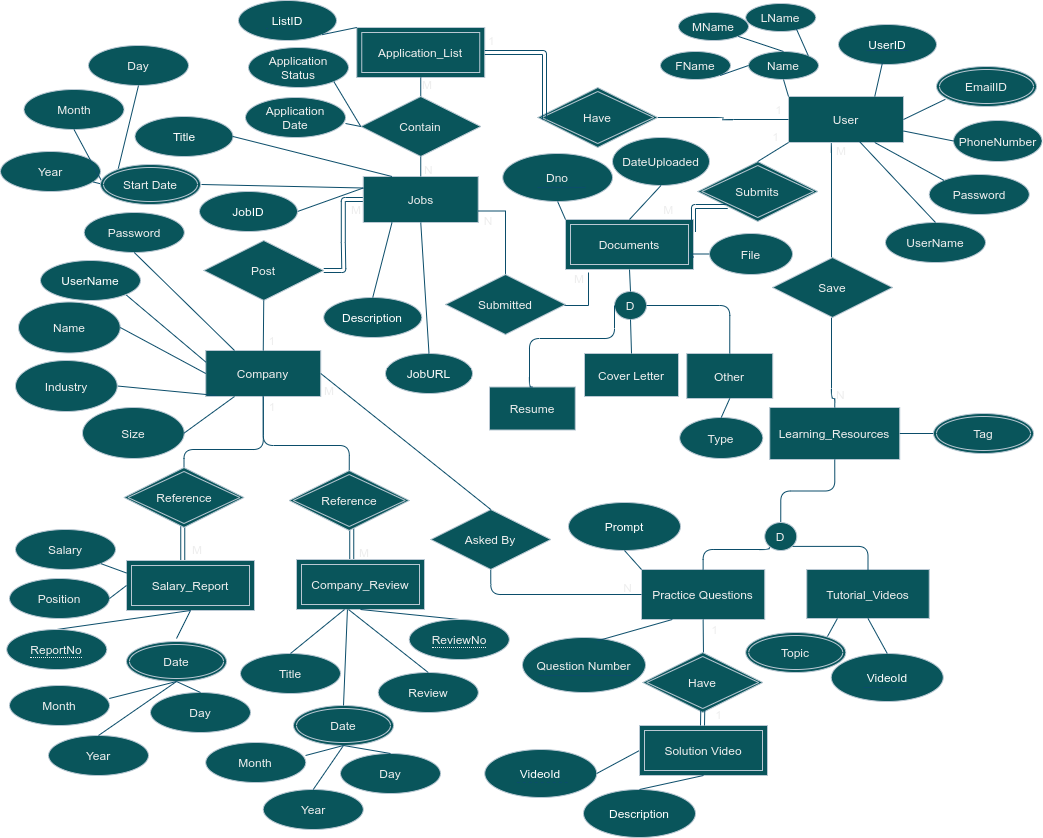
Earlier version of the draw.io export dbDesignDoc.png (num4n1/SWESeek). Source tidied: cells renumbered, new cells last; positions are measured from the earlier drawing's top-left corner, leaving out a move shared by most shapes.
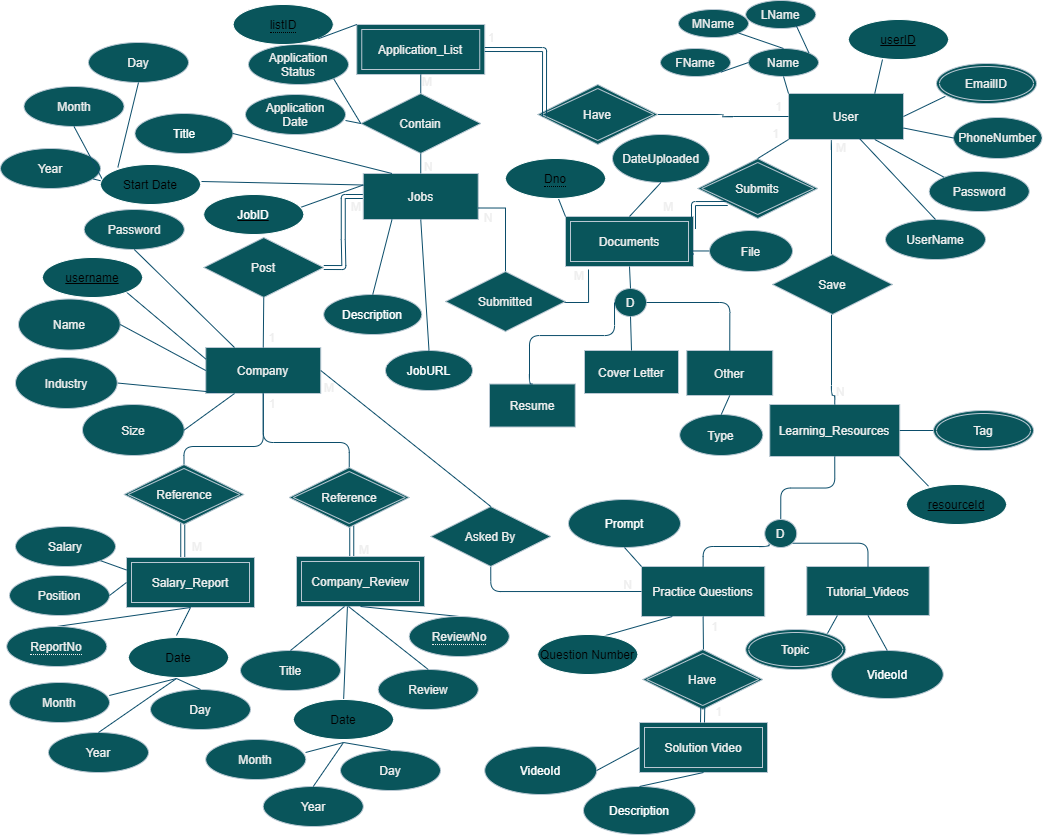
After the change.

Change to the diagram source:
```diff
@@ -132,5 +132,2 @@
     </mxCell>
-    <mxCell id="33" style="endArrow=none;dashed=1;html=1;rounded=0;entryX=0.761;entryY=0.687;entryDx=0;entryDy=0;entryPerimeter=0;strokeColor=#0B4D6A;exitX=0.286;exitY=0.687;exitDx=0;exitDy=0;exitPerimeter=0;" parent="1" edge="1" source="29" target="29">
-      <mxGeometry relative="1" as="geometry" />
-    </mxCell>
     <mxCell id="34" value="&lt;font color=&quot;#ffffff&quot;&gt;Description&lt;/font&gt;" style="ellipse;whiteSpace=wrap;html=1;fillColor=#09555B;strokeColor=#BAC8D3;fontColor=#EEEEEE;" parent="1" vertex="1">
@@ -141,13 +138,6 @@
     </mxCell>
-    <mxCell id="36" value="Question Number" style="ellipse;whiteSpace=wrap;html=1;fontColor=#EEEEEE;strokeColor=#BAC8D3;fillColor=#09555B;" parent="1" vertex="1">
-      <mxGeometry x="522" y="637" width="123" height="55" as="geometry" />
-    </mxCell>
-    <mxCell id="37" style="endArrow=none;html=1;rounded=0;strokeColor=#0B4D6A;" parent="1" edge="1">
-      <mxGeometry relative="1" as="geometry">
-        <mxPoint x="538" y="675" as="sourcePoint" />
-        <mxPoint x="632" y="675" as="targetPoint" />
-      </mxGeometry>
-    </mxCell>
-    <mxCell id="38" style="endArrow=none;html=1;rounded=0;entryX=0.25;entryY=1;entryDx=0;entryDy=0;exitX=0.61;exitY=0.06;exitDx=0;exitDy=0;exitPerimeter=0;strokeColor=#0B4D6A;" parent="1" edge="1" source="36" target="9">
-      <mxGeometry relative="1" as="geometry" />
+    <mxCell id="38" style="endArrow=none;html=1;rounded=0;entryX=0.25;entryY=1;entryDx=0;entryDy=0;exitX=0.61;exitY=0.06;exitDx=0;exitDy=0;exitPerimeter=0;strokeColor=#0B4D6A;" parent="1" edge="1" target="9">
+      <mxGeometry relative="1" as="geometry">
+        <mxPoint x="597" y="640.3" as="sourcePoint" />
+      </mxGeometry>
     </mxCell>
@@ -159,8 +149,2 @@
     </mxCell>
-    <mxCell id="41" style="endArrow=none;html=1;rounded=0;strokeColor=#0B4D6A;" parent="1" edge="1">
-      <mxGeometry relative="1" as="geometry">
-        <mxPoint x="863" y="687" as="sourcePoint" />
-        <mxPoint x="909" y="687" as="targetPoint" />
-      </mxGeometry>
-    </mxCell>
     <mxCell id="42" value="Name" style="ellipse;whiteSpace=wrap;html=1;fontColor=#EEEEEE;strokeColor=#BAC8D3;fillColor=#09555B;" parent="1" vertex="1">
@@ -189,14 +173,2 @@
     </mxCell>
-    <mxCell id="50" value="&lt;font color=&quot;#ffffff&quot;&gt;UserID&lt;/font&gt;" style="ellipse;whiteSpace=wrap;html=1;fillColor=#09555B;strokeColor=#BAC8D3;fontColor=#EEEEEE;" parent="1" vertex="1">
-      <mxGeometry x="838" y="24" width="98" height="40" as="geometry" />
-    </mxCell>
-    <mxCell id="51" style="endArrow=none;html=1;rounded=0;strokeColor=#0B4D6A;" parent="1" edge="1">
-      <mxGeometry relative="1" as="geometry">
-        <mxPoint x="866" y="50" as="sourcePoint" />
-        <mxPoint x="908" y="50" as="targetPoint" />
-        <Array as="points">
-          <mxPoint x="888" y="50" />
-        </Array>
-      </mxGeometry>
-    </mxCell>
     <mxCell id="52" style="endArrow=none;html=1;rounded=0;entryX=0.75;entryY=0;entryDx=0;entryDy=0;strokeColor=#0B4D6A;" parent="1" edge="1" target="5">
@@ -290,7 +262,6 @@
     </mxCell>
-    <mxCell id="73" value="Dno" style="ellipse;whiteSpace=wrap;html=1;fontColor=#EEEEEE;strokeColor=#BAC8D3;fillColor=#09555B;" parent="1" vertex="1">
-      <mxGeometry x="502.2" y="153" width="109.8" height="48" as="geometry" />
-    </mxCell>
-    <mxCell id="74" style="endArrow=none;html=1;rounded=0;entryX=0;entryY=0;entryDx=0;entryDy=0;exitX=0.5;exitY=1;exitDx=0;exitDy=0;strokeColor=#0B4D6A;" parent="1" edge="1" source="73" target="56">
-      <mxGeometry relative="1" as="geometry" />
+    <mxCell id="74" style="endArrow=none;html=1;rounded=0;entryX=0;entryY=0;entryDx=0;entryDy=0;exitX=0.54;exitY=1.007;exitDx=0;exitDy=0;strokeColor=#0B4D6A;exitPerimeter=0;" parent="1" edge="1" target="56">
+      <mxGeometry relative="1" as="geometry">
+        <mxPoint x="558" y="201.3" as="sourcePoint" />
+      </mxGeometry>
     </mxCell>
@@ -307,13 +278,11 @@
     </mxCell>
-    <mxCell id="78" value="&lt;font color=&quot;#ffffff&quot;&gt;ListID&lt;/font&gt;" style="ellipse;whiteSpace=wrap;html=1;fillColor=#09555B;strokeColor=#BAC8D3;fontColor=#EEEEEE;" parent="1" vertex="1">
-      <mxGeometry x="238" width="98" height="40" as="geometry" />
-    </mxCell>
-    <mxCell id="79" style="endArrow=none;html=1;rounded=0;entryX=1;entryY=1;entryDx=0;entryDy=0;exitX=0;exitY=0;exitDx=0;exitDy=0;strokeColor=#0B4D6A;" parent="1" edge="1" source="7" target="78">
-      <mxGeometry relative="1" as="geometry" />
+    <mxCell id="79" style="endArrow=none;html=1;rounded=0;entryX=1;entryY=1;entryDx=0;entryDy=0;exitX=0;exitY=0;exitDx=0;exitDy=0;strokeColor=#0B4D6A;startArrow=none;" parent="1" edge="1" source="180">
+      <mxGeometry relative="1" as="geometry">
+        <mxPoint x="321.6" y="34.1" as="targetPoint" />
+      </mxGeometry>
     </mxCell>
-    <mxCell id="80" style="endArrow=none;dashed=1;html=1;rounded=0;strokeColor=#0B4D6A;entryX=0.286;entryY=0.7;entryDx=0;entryDy=0;entryPerimeter=0;exitX=0.724;exitY=0.7;exitDx=0;exitDy=0;exitPerimeter=0;" parent="1" edge="1" source="78" target="78">
-      <mxGeometry relative="1" as="geometry" />
-    </mxCell>
-    <mxCell id="81" style="endArrow=none;html=1;rounded=0;strokeColor=#0B4D6A;exitX=1;exitY=0.5;exitDx=0;exitDy=0;entryX=0;entryY=0.25;entryDx=0;entryDy=0;" parent="1" edge="1" source="172" target="3">
-      <mxGeometry relative="1" as="geometry" />
+    <mxCell id="81" style="endArrow=none;html=1;rounded=0;strokeColor=#0B4D6A;exitX=1;exitY=0.5;exitDx=0;exitDy=0;entryX=0;entryY=0.25;entryDx=0;entryDy=0;" parent="1" edge="1" target="3">
+      <mxGeometry relative="1" as="geometry">
+        <mxPoint x="297" y="211" as="sourcePoint" />
+      </mxGeometry>
     </mxCell>
@@ -325,4 +294,6 @@
     </mxCell>
-    <mxCell id="84" style="endArrow=none;html=1;rounded=0;exitX=1;exitY=1;exitDx=0;exitDy=0;entryX=0;entryY=0.25;entryDx=0;entryDy=0;strokeColor=#0B4D6A;" parent="1" edge="1" source="147" target="8">
-      <mxGeometry relative="1" as="geometry" />
+    <mxCell id="84" style="endArrow=none;html=1;rounded=0;exitX=1;exitY=1;exitDx=0;exitDy=0;entryX=0;entryY=0.25;entryDx=0;entryDy=0;strokeColor=#0B4D6A;" parent="1" edge="1" target="8">
+      <mxGeometry relative="1" as="geometry">
+        <mxPoint x="125.4" y="294.1" as="sourcePoint" />
+      </mxGeometry>
     </mxCell>
@@ -346,7 +317,2 @@
     </mxCell>
-    <mxCell id="91" style="endArrow=none;html=1;rounded=0;exitX=0.754;exitY=0.708;exitDx=0;exitDy=0;exitPerimeter=0;strokeColor=#0B4D6A;" parent="1" edge="1" source="73">
-      <mxGeometry relative="1" as="geometry">
-        <mxPoint x="537" y="187" as="targetPoint" />
-      </mxGeometry>
-    </mxCell>
     <mxCell id="92" value="&lt;font color=&quot;#ffffff&quot;&gt;&lt;span style=&quot;line-height: 1.1&quot;&gt;Description&lt;/span&gt;&lt;/font&gt;" style="ellipse;whiteSpace=wrap;html=1;fillColor=#09555B;strokeColor=#BAC8D3;fontColor=#EEEEEE;" parent="1" vertex="1">
@@ -449,7 +415,6 @@
     </mxCell>
-    <mxCell id="122" value="Date" style="ellipse;shape=doubleEllipse;margin=3;whiteSpace=wrap;html=1;align=center;fillColor=#09555B;strokeColor=#BAC8D3;fontColor=#EEEEEE;" parent="1" vertex="1">
-      <mxGeometry x="293" y="705" width="100" height="40" as="geometry" />
-    </mxCell>
-    <mxCell id="123" style="endArrow=none;html=1;rounded=0;exitX=0.398;exitY=1;exitDx=0;exitDy=0;entryX=0.5;entryY=0;entryDx=0;entryDy=0;strokeColor=#0B4D6A;exitPerimeter=0;" parent="1" edge="1" source="88" target="122">
-      <mxGeometry relative="1" as="geometry" />
+    <mxCell id="123" style="endArrow=none;html=1;rounded=0;exitX=0.398;exitY=1;exitDx=0;exitDy=0;entryX=0.5;entryY=0;entryDx=0;entryDy=0;strokeColor=#0B4D6A;exitPerimeter=0;" parent="1" edge="1" source="88">
+      <mxGeometry relative="1" as="geometry">
+        <mxPoint x="343" y="705" as="targetPoint" />
+      </mxGeometry>
     </mxCell>
@@ -464,10 +429,16 @@
     </mxCell>
-    <mxCell id="127" style="endArrow=none;html=1;rounded=0;exitX=0.5;exitY=1;exitDx=0;exitDy=0;entryX=0.5;entryY=0;entryDx=0;entryDy=0;strokeColor=#0B4D6A;" parent="1" edge="1" source="122" target="126">
-      <mxGeometry relative="1" as="geometry" />
+    <mxCell id="127" style="endArrow=none;html=1;rounded=0;exitX=0.5;exitY=1;exitDx=0;exitDy=0;entryX=0.5;entryY=0;entryDx=0;entryDy=0;strokeColor=#0B4D6A;" parent="1" edge="1" target="126">
+      <mxGeometry relative="1" as="geometry">
+        <mxPoint x="343" y="745" as="sourcePoint" />
+      </mxGeometry>
     </mxCell>
-    <mxCell id="128" style="endArrow=none;html=1;rounded=0;exitX=0.5;exitY=1;exitDx=0;exitDy=0;entryX=0.5;entryY=0;entryDx=0;entryDy=0;strokeColor=#0B4D6A;" parent="1" edge="1" source="122" target="125">
-      <mxGeometry relative="1" as="geometry" />
+    <mxCell id="128" style="endArrow=none;html=1;rounded=0;exitX=0.5;exitY=1;exitDx=0;exitDy=0;entryX=0.5;entryY=0;entryDx=0;entryDy=0;strokeColor=#0B4D6A;" parent="1" edge="1" target="125">
+      <mxGeometry relative="1" as="geometry">
+        <mxPoint x="343" y="745" as="sourcePoint" />
+      </mxGeometry>
     </mxCell>
-    <mxCell id="129" style="endArrow=none;html=1;rounded=0;exitX=0.5;exitY=1;exitDx=0;exitDy=0;entryX=0.998;entryY=0.325;entryDx=0;entryDy=0;strokeColor=#0B4D6A;entryPerimeter=0;" parent="1" edge="1" source="122" target="124">
-      <mxGeometry relative="1" as="geometry" />
+    <mxCell id="129" style="endArrow=none;html=1;rounded=0;exitX=0.5;exitY=1;exitDx=0;exitDy=0;entryX=0.998;entryY=0.325;entryDx=0;entryDy=0;strokeColor=#0B4D6A;entryPerimeter=0;" parent="1" edge="1" target="124">
+      <mxGeometry relative="1" as="geometry">
+        <mxPoint x="343" y="745" as="sourcePoint" />
+      </mxGeometry>
     </mxCell>
@@ -485,5 +456,2 @@
     </mxCell>
-    <mxCell id="134" value="Date" style="ellipse;shape=doubleEllipse;margin=3;whiteSpace=wrap;html=1;align=center;fillColor=#09555B;strokeColor=#BAC8D3;fontColor=#EEEEEE;" parent="1" vertex="1">
-      <mxGeometry x="126" y="641" width="100" height="40" as="geometry" />
-    </mxCell>
     <mxCell id="135" value="Month" style="ellipse;whiteSpace=wrap;html=1;align=center;fillColor=#09555B;strokeColor=#BAC8D3;fontColor=#EEEEEE;" parent="1" vertex="1">
@@ -497,10 +465,16 @@
     </mxCell>
-    <mxCell id="138" style="endArrow=none;html=1;rounded=0;exitX=0.5;exitY=1;exitDx=0;exitDy=0;entryX=0.5;entryY=0;entryDx=0;entryDy=0;strokeColor=#0B4D6A;" parent="1" edge="1" source="134" target="137">
-      <mxGeometry relative="1" as="geometry" />
+    <mxCell id="138" style="endArrow=none;html=1;rounded=0;exitX=0.5;exitY=1;exitDx=0;exitDy=0;entryX=0.5;entryY=0;entryDx=0;entryDy=0;strokeColor=#0B4D6A;" parent="1" edge="1" target="137">
+      <mxGeometry relative="1" as="geometry">
+        <mxPoint x="176" y="681" as="sourcePoint" />
+      </mxGeometry>
     </mxCell>
-    <mxCell id="139" style="endArrow=none;html=1;rounded=0;exitX=0.5;exitY=1;exitDx=0;exitDy=0;entryX=0.5;entryY=0;entryDx=0;entryDy=0;strokeColor=#0B4D6A;" parent="1" edge="1" source="134" target="136">
-      <mxGeometry relative="1" as="geometry" />
+    <mxCell id="139" style="endArrow=none;html=1;rounded=0;exitX=0.5;exitY=1;exitDx=0;exitDy=0;entryX=0.5;entryY=0;entryDx=0;entryDy=0;strokeColor=#0B4D6A;" parent="1" edge="1" target="136">
+      <mxGeometry relative="1" as="geometry">
+        <mxPoint x="176" y="681" as="sourcePoint" />
+      </mxGeometry>
     </mxCell>
-    <mxCell id="140" style="endArrow=none;html=1;rounded=0;exitX=0.5;exitY=1;exitDx=0;exitDy=0;entryX=0.998;entryY=0.325;entryDx=0;entryDy=0;strokeColor=#0B4D6A;entryPerimeter=0;" parent="1" edge="1" source="134" target="135">
-      <mxGeometry relative="1" as="geometry" />
+    <mxCell id="140" style="endArrow=none;html=1;rounded=0;exitX=0.5;exitY=1;exitDx=0;exitDy=0;entryX=0.998;entryY=0.325;entryDx=0;entryDy=0;strokeColor=#0B4D6A;entryPerimeter=0;" parent="1" edge="1" target="135">
+      <mxGeometry relative="1" as="geometry">
+        <mxPoint x="176" y="681" as="sourcePoint" />
+      </mxGeometry>
     </mxCell>
@@ -526,5 +500,2 @@
     </mxCell>
-    <mxCell id="147" value="&lt;font color=&quot;#ffffff&quot;&gt;UserName&lt;/font&gt;" style="ellipse;whiteSpace=wrap;html=1;align=center;fillColor=#09555B;strokeColor=#BAC8D3;fontColor=#EEEEEE;" parent="1" vertex="1">
-      <mxGeometry x="40" y="260" width="100" height="40" as="geometry" />
-    </mxCell>
     <mxCell id="148" style="endArrow=none;html=1;rounded=0;exitX=0.5;exitY=1;exitDx=0;exitDy=0;entryX=0.25;entryY=0;entryDx=0;entryDy=0;strokeColor=#0B4D6A;" parent="1" edge="1" source="146" target="8">
@@ -601,5 +572,2 @@
     </mxCell>
-    <mxCell id="172" value="&lt;font color=&quot;#ffffff&quot;&gt;&lt;span style=&quot;line-height: 1.1&quot;&gt;JobID&lt;/span&gt;&lt;/font&gt;" style="ellipse;whiteSpace=wrap;html=1;fillColor=#09555B;strokeColor=#BAC8D3;fontColor=#EEEEEE;" parent="1" vertex="1">
-      <mxGeometry x="199" y="191" width="98" height="40" as="geometry" />
-    </mxCell>
     <mxCell id="173" value="Month" style="ellipse;whiteSpace=wrap;html=1;align=center;fillColor=#09555B;strokeColor=#BAC8D3;fontColor=#EEEEEE;" parent="1" vertex="1">
@@ -628,5 +596,38 @@
     </mxCell>
+    <mxCell id="172" value="&lt;span style=&quot;color: rgb(255 , 255 , 255)&quot;&gt;JobID&lt;/span&gt;" style="ellipse;whiteSpace=wrap;html=1;align=center;fontStyle=4;strokeColor=#FFFFFF;fillColor=#09555B;" parent="1" vertex="1">
+      <mxGeometry x="203.2" y="197" width="100" height="40" as="geometry" />
+    </mxCell>
+    <mxCell id="73" value="&lt;span style=&quot;border-bottom: 1px dotted&quot;&gt;Dno&lt;/span&gt;" style="ellipse;whiteSpace=wrap;html=1;align=center;strokeColor=#FFFFFF;fillColor=#09555B;" parent="1" vertex="1">
+      <mxGeometry x="505" y="161" width="100" height="40" as="geometry" />
+    </mxCell>
+    <mxCell id="180" value="&lt;span style=&quot;border-bottom: 1px dotted&quot;&gt;listID&lt;/span&gt;" style="ellipse;whiteSpace=wrap;html=1;align=center;strokeColor=#FFFFFF;fillColor=#09555B;" parent="1" vertex="1">
+      <mxGeometry x="232.8" y="7" width="100" height="40" as="geometry" />
+    </mxCell>
+    <mxCell id="181" style="endArrow=none;html=1;rounded=0;entryX=1;entryY=1;entryDx=0;entryDy=0;exitX=0;exitY=0;exitDx=0;exitDy=0;strokeColor=#0B4D6A;" parent="1" edge="1" source="7" target="180">
+      <mxGeometry relative="1" as="geometry" />
+    </mxCell>
+    <mxCell id="182" value="userID" style="ellipse;whiteSpace=wrap;html=1;align=center;fontStyle=4;strokeColor=#FFFFFF;fillColor=#09555B;" parent="1" vertex="1">
+      <mxGeometry x="848" y="22" width="100" height="40" as="geometry" />
+    </mxCell>
-    <mxCell id="179" value="Start Date" style="ellipse;shape=doubleEllipse;margin=3;whiteSpace=wrap;html=1;align=center;rounded=0;sketch=0;fontColor=#EEEEEE;strokeColor=#BAC8D3;fillColor=#09555B;" parent="1" vertex="1">
-      <mxGeometry x="100" y="164" width="100" height="40" as="geometry" />
+    <mxCell id="179" value="Start Date" style="ellipse;whiteSpace=wrap;html=1;align=center;strokeColor=#FFFFFF;fillColor=#09555B;" parent="1" vertex="1">
+      <mxGeometry x="100" y="167" width="100" height="40" as="geometry" />
     </mxCell>
+    <mxCell id="183" value="Date" style="ellipse;whiteSpace=wrap;html=1;align=center;strokeColor=#FFFFFF;fillColor=#09555B;" parent="1" vertex="1">
+      <mxGeometry x="128" y="640" width="100" height="40" as="geometry" />
+    </mxCell>
+    <mxCell id="184" value="Date" style="ellipse;whiteSpace=wrap;html=1;align=center;strokeColor=#FFFFFF;fillColor=#09555B;" parent="1" vertex="1">
+      <mxGeometry x="293" y="702" width="100" height="40" as="geometry" />
+    </mxCell>
+    <mxCell id="185" value="username" style="ellipse;whiteSpace=wrap;html=1;align=center;fontStyle=4;strokeColor=#FFFFFF;fillColor=#09555B;" parent="1" vertex="1">
+      <mxGeometry x="42" y="260" width="100" height="40" as="geometry" />
+    </mxCell>
+    <mxCell id="36" value="Question Number" style="ellipse;whiteSpace=wrap;html=1;align=center;strokeColor=#FFFFFF;fillColor=#09555B;" parent="1" vertex="1">
+      <mxGeometry x="537.2" y="637" width="100" height="40" as="geometry" />
+    </mxCell>
+    <mxCell id="186" value="resourceId" style="ellipse;whiteSpace=wrap;html=1;align=center;fontStyle=4;strokeColor=#FFFFFF;fillColor=#09555B;" parent="1" vertex="1">
+      <mxGeometry x="906" y="487" width="100" height="40" as="geometry" />
+    </mxCell>
+    <mxCell id="187" style="endArrow=none;html=1;rounded=0;entryX=1;entryY=1;entryDx=0;entryDy=0;strokeColor=#0B4D6A;exitX=0.22;exitY=0.042;exitDx=0;exitDy=0;exitPerimeter=0;" parent="1" edge="1" source="186" target="6">
+      <mxGeometry relative="1" as="geometry" />
+    </mxCell>
   </root>
```
